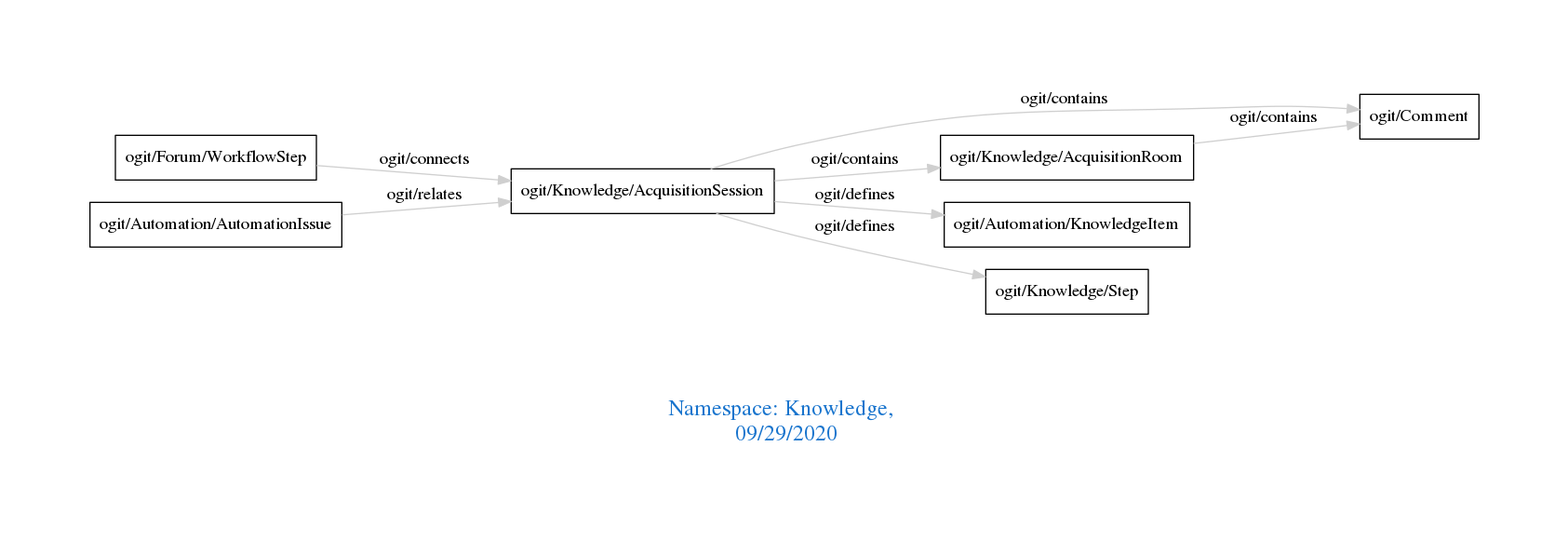
The Graphviz diagram downloads/Knowledge.png in arago/OGIT, before a commit. Its source is kept beside it as downloads/Knowledge.dot.
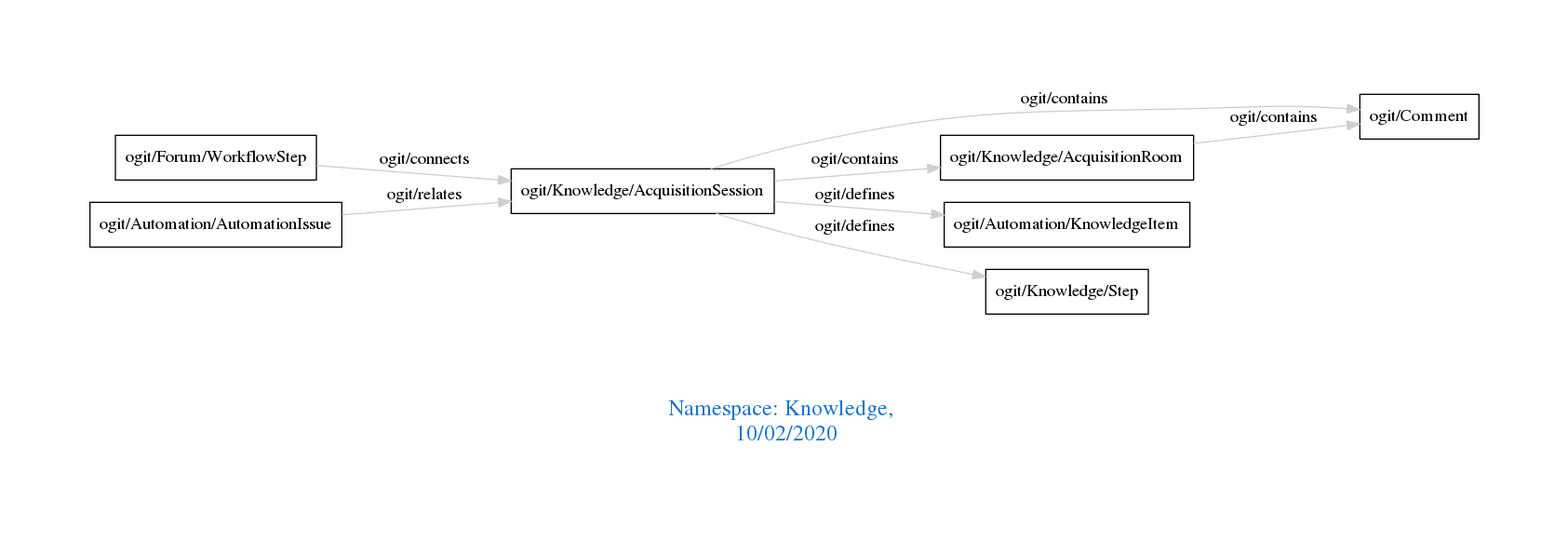
The same diagram one commit later.

The edit, as a diff of the source:
```diff
@@ -1,7 +1,7 @@
 digraph OGIT_ontology {
  graph [ rankdir= LR,pad=1
 fontsize = 18,
-fontcolor= dodgerblue3,label = "\n\n\nNamespace: Knowledge, \n 09/29/2020"];
+fontcolor= dodgerblue3,label = "\n\n\nNamespace: Knowledge, \n 10/02/2020"];
 node[shape=polygon];
 edge [  color="gray81"];
 
```
